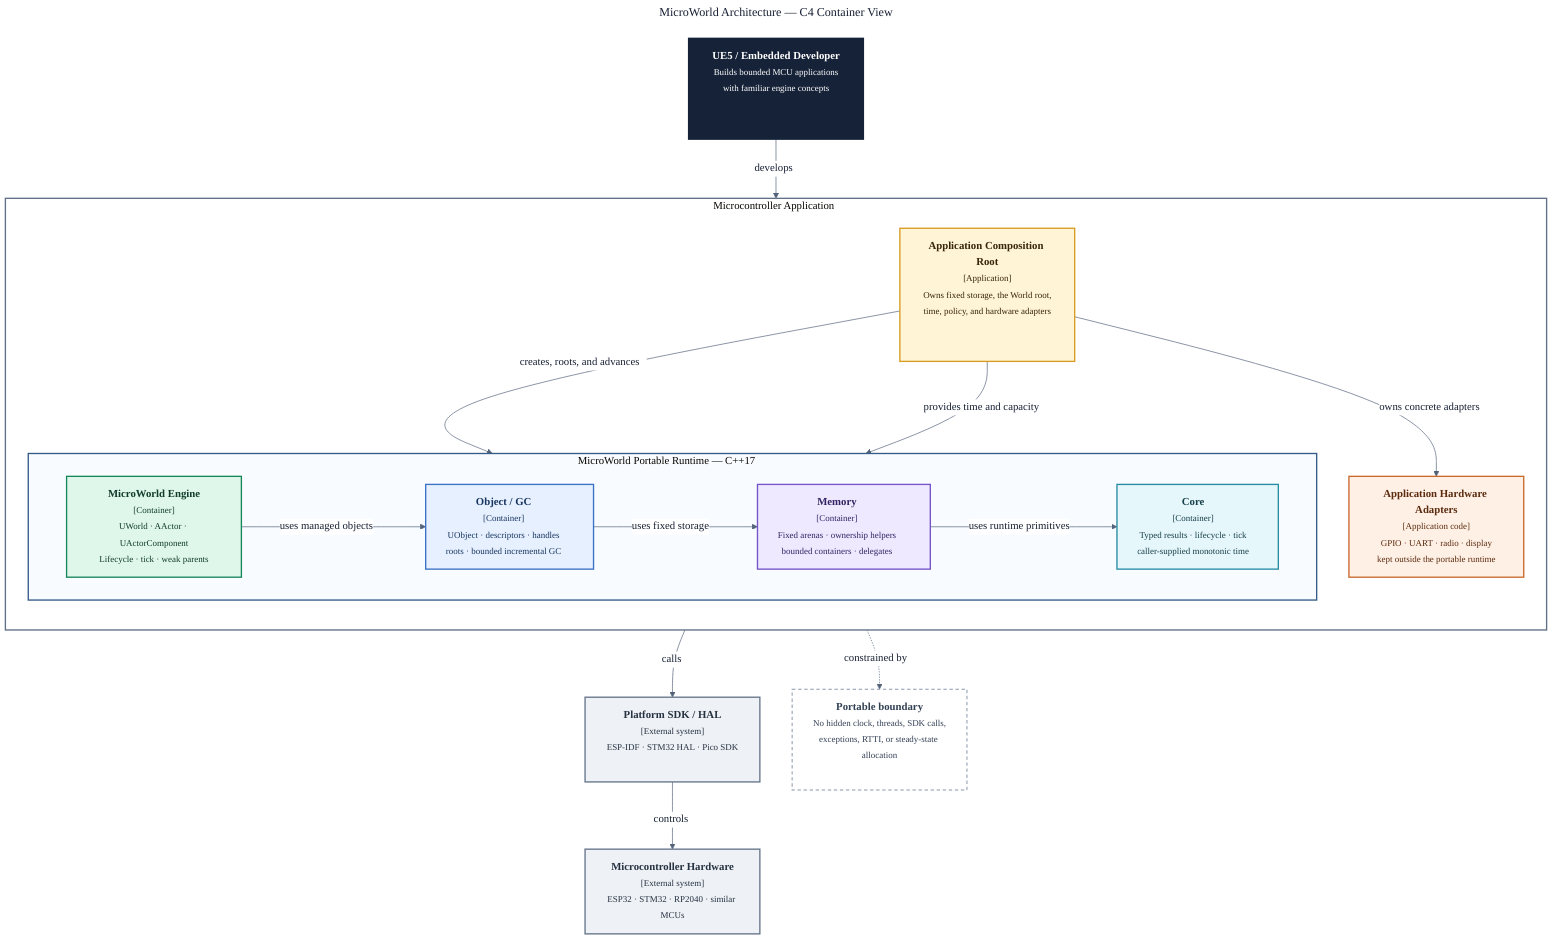
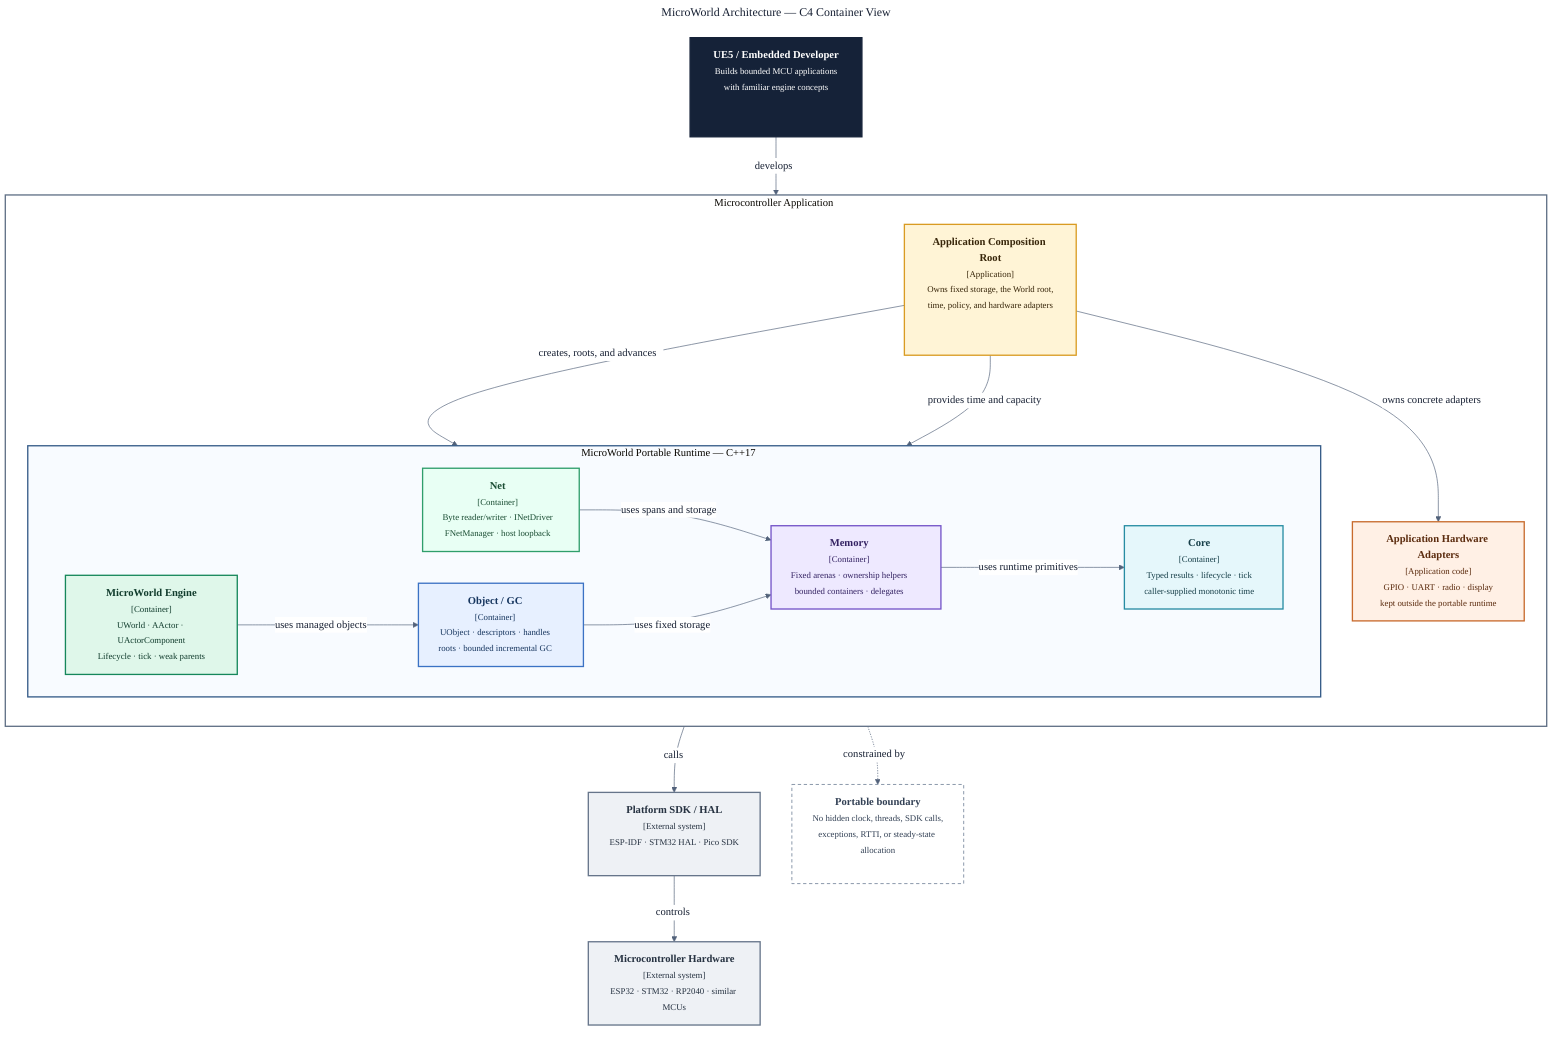
---
title: MicroWorld Architecture — C4 Container View
---
%%{init: {
  "theme": "base",
  "themeVariables": {
    "fontFamily": "Segoe UI, Arial, sans-serif",
    "primaryTextColor": "#172033",
    "lineColor": "#52627a",
    "clusterBkg": "#f7f9fc",
    "clusterBorder": "#a7b4c8",
    "edgeLabelBackground": "#ffffff"
  },
  "flowchart": {
    "htmlLabels": true,
    "curve": "basis",
    "nodeSpacing": 48,
    "rankSpacing": 64
  }
}}%%
flowchart TB
    DEV["<b>UE5 / Embedded Developer</b><br/><small>Builds bounded MCU applications<br/>with familiar engine concepts</small>"]

    subgraph DEVICE["Microcontroller Application"]
        direction TB

        APP["<b>Application Composition Root</b><br/><small>[Application]<br/>Owns fixed storage, the World root,<br/>time, policy, and hardware adapters</small>"]

        subgraph MW["MicroWorld Portable Runtime — C++17"]
            direction LR
            ENGINE["<b>MicroWorld Engine</b><br/><small>[Container]<br/>UWorld · AActor · UActorComponent<br/>Lifecycle · tick · weak parents</small>"]
+             NET["<b>Net</b><br/><small>[Container]<br/>Byte reader/writer · INetDriver<br/>FNetManager · host loopback</small>"]
            OBJECT["<b>Object / GC</b><br/><small>[Container]<br/>UObject · descriptors · handles<br/>roots · bounded incremental GC</small>"]
            MEMORY["<b>Memory</b><br/><small>[Container]<br/>Fixed arenas · ownership helpers<br/>bounded containers · delegates</small>"]
            CORE["<b>Core</b><br/><small>[Container]<br/>Typed results · lifecycle · tick<br/>caller-supplied monotonic time</small>"]

            ENGINE -->|"uses managed objects"| OBJECT
+             NET -->|"uses spans and storage"| MEMORY
            OBJECT -->|"uses fixed storage"| MEMORY
            MEMORY -->|"uses runtime primitives"| CORE
        end

        ADAPTERS["<b>Application Hardware Adapters</b><br/><small>[Application code]<br/>GPIO · UART · radio · display<br/>kept outside the portable runtime</small>"]

        APP -->|"creates, roots, and advances"| ENGINE
        APP -->|"provides time and capacity"| CORE
        APP -->|"owns concrete adapters"| ADAPTERS
    end

    SDK["<b>Platform SDK / HAL</b><br/><small>[External system]<br/>ESP-IDF · STM32 HAL · Pico SDK</small>"]
    MCU["<b>Microcontroller Hardware</b><br/><small>[External system]<br/>ESP32 · STM32 · RP2040 · similar MCUs</small>"]

    DEV -->|"develops"| APP
    ADAPTERS -->|"calls"| SDK
    SDK -->|"controls"| MCU

    PORTABLE["<b>Portable boundary</b><br/><small>No hidden clock, threads, SDK calls,<br/>exceptions, RTTI, or steady-state allocation</small>"]
    MW -. "constrained by" .-> PORTABLE

    classDef person fill:#152238,stroke:#152238,color:#ffffff,stroke-width:2px;
    classDef application fill:#fff4d6,stroke:#d99b22,color:#38260a,stroke-width:2px;
    classDef engine fill:#dff7ea,stroke:#16875b,color:#113c2d,stroke-width:2px;
    classDef object fill:#e7f0ff,stroke:#3b72c4,color:#17365f,stroke-width:2px;
    classDef memory fill:#eee9ff,stroke:#7454c8,color:#342363,stroke-width:2px;
+     classDef net fill:#e8fff4,stroke:#2f9e6b,color:#1a4d33,stroke-width:2px;
    classDef core fill:#e5f7fb,stroke:#278ca3,color:#173f49,stroke-width:2px;
    classDef adapter fill:#fff0e5,stroke:#c86b2d,color:#5b2b0e,stroke-width:2px;
    classDef external fill:#eef1f5,stroke:#66758a,color:#263241,stroke-width:2px;
    classDef note fill:#ffffff,stroke:#8a98aa,color:#334155,stroke-width:1.5px,stroke-dasharray: 5 4;

    class DEV person;
    class APP application;
    class ENGINE engine;
+     class NET net;
    class OBJECT object;
    class MEMORY memory;
    class CORE core;
    class ADAPTERS adapter;
    class SDK,MCU external;
    class PORTABLE note;

    style DEVICE fill:#ffffff,stroke:#607086,stroke-width:2px
    style MW fill:#f8fbff,stroke:#355b88,stroke-width:2px
